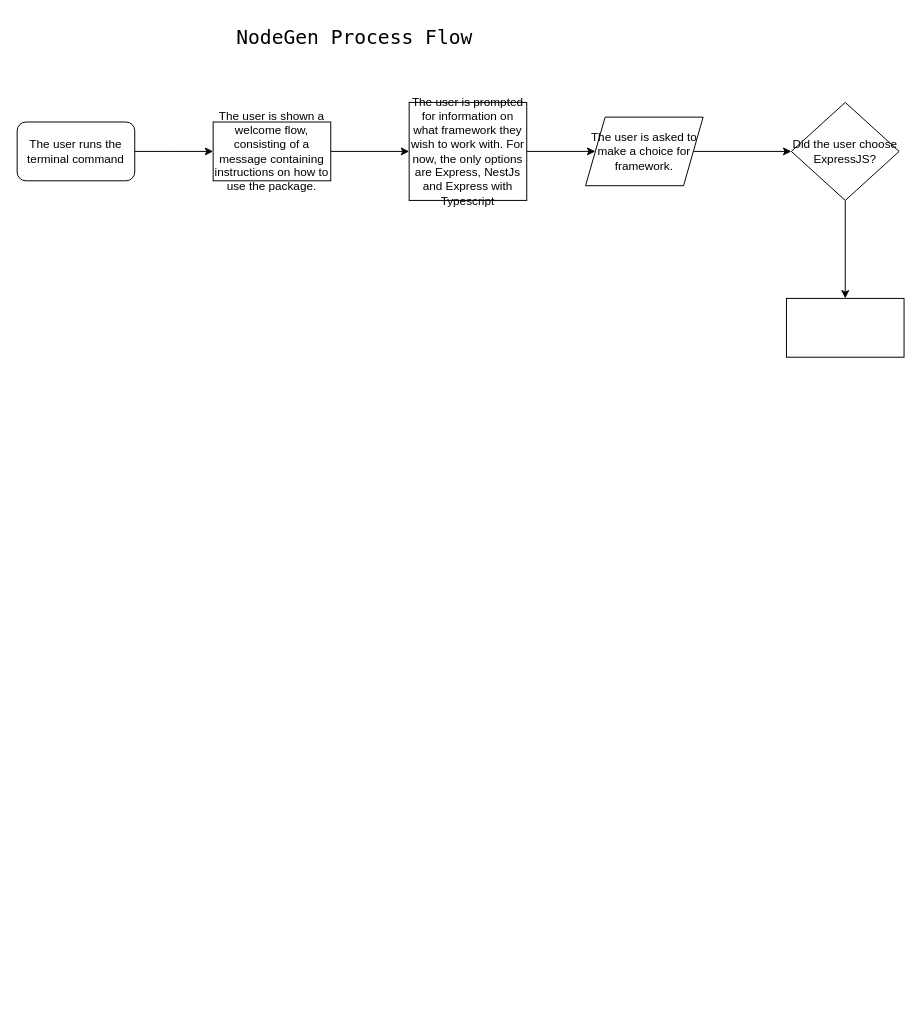
alexindevs/NodeGen keeps this draw.io diagram as NodeGen.drawio. Above is the earlier version. Source tidied: cells renumbered, new cells numbered last; positions are measured from the earlier drawing's top-left corner, leaving out a move shared by most shapes. Both pictures are drawn from the tidied source at 98%, with x=0, y=0 at pixel (17, 17).
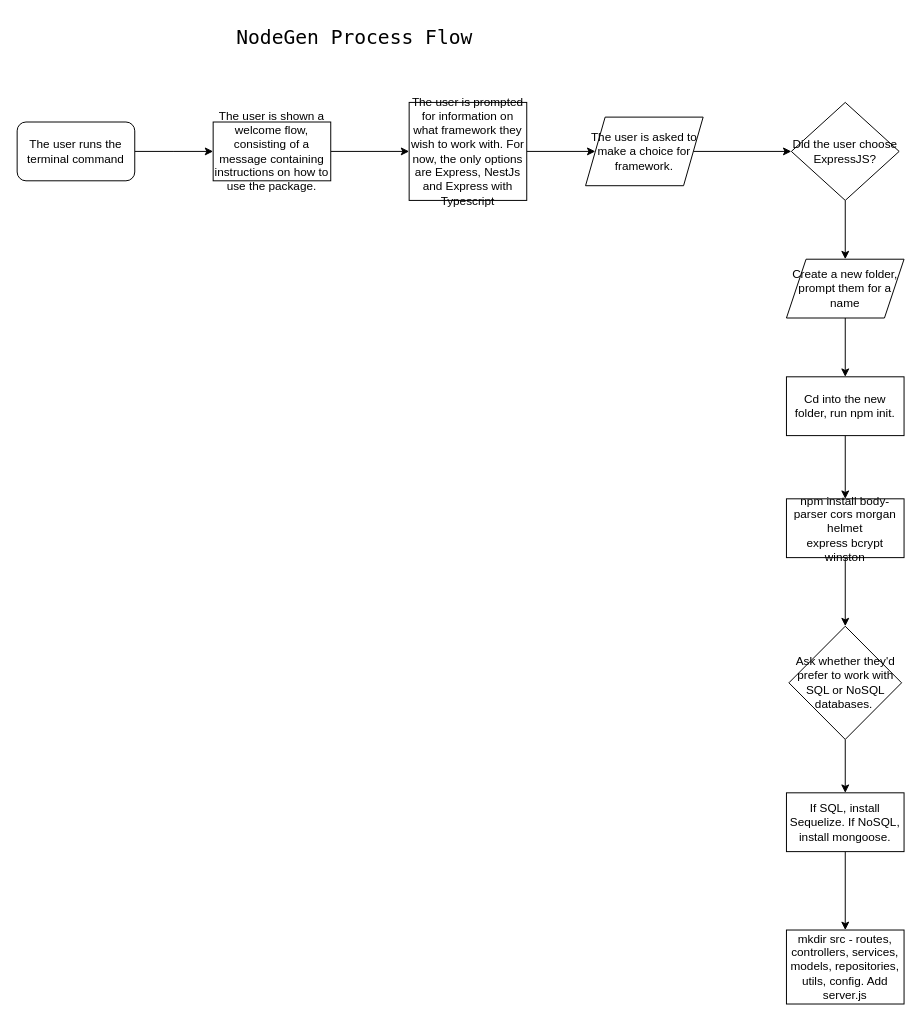
Above is the later version.

Unchanged cells that the change refers to:
```xml
<mxCell id="12" value="Did the user choose ExpressJS?" style="rhombus;whiteSpace=wrap;html=1;" parent="1" vertex="1">
  <mxGeometry x="790" y="87" width="110" height="100" as="geometry" />
</mxCell>
```

Diff of the diagram source:
```diff
@@
-    <mxCell id="11" style="edgeStyle=orthogonalEdgeStyle;rounded=0;jettySize=auto;html=1;" parent="1" edge="1" source="12" target="13">
+    <mxCell id="11" style="edgeStyle=orthogonalEdgeStyle;rounded=0;jettySize=auto;html=1;entryX=0.5;entryY=0;entryDx=0;entryDy=0;" parent="1" edge="1" source="12" target="15">
       <mxGeometry relative="1" as="geometry" />
     </mxCell>
@@
-    <mxCell id="13" style="whiteSpace=wrap;html=1;" parent="1" vertex="1">
-      <mxGeometry x="785" y="287" width="120" height="60" as="geometry" />
-    </mxCell>
+    <mxCell id="14" style="edgeStyle=orthogonalEdgeStyle;rounded=0;jettySize=auto;html=1;" parent="1" edge="1" source="15" target="17">
+      <mxGeometry relative="1" as="geometry" />
+    </mxCell>
+    <mxCell id="15" value="Create a new folder, prompt them for a name" style="shape=parallelogram;perimeter=parallelogramPerimeter;whiteSpace=wrap;html=1;fixedSize=1;" parent="1" vertex="1">
+      <mxGeometry x="785" y="247" width="120" height="60" as="geometry" />
+    </mxCell>
+    <mxCell id="16" style="edgeStyle=orthogonalEdgeStyle;rounded=0;jettySize=auto;html=1;" parent="1" edge="1" source="17" target="19">
+      <mxGeometry relative="1" as="geometry" />
+    </mxCell>
+    <mxCell id="17" value="Cd into the new folder, run npm init." style="whiteSpace=wrap;html=1;" parent="1" vertex="1">
+      <mxGeometry x="785" y="367" width="120" height="60" as="geometry" />
+    </mxCell>
+    <mxCell id="18" style="edgeStyle=orthogonalEdgeStyle;rounded=0;jettySize=auto;html=1;" parent="1" edge="1" source="19" target="21">
+      <mxGeometry relative="1" as="geometry" />
+    </mxCell>
+    <mxCell id="19" value="&lt;div&gt;npm install body-parser cors morgan helmet&lt;/div&gt;&lt;div&gt;express bcrypt winston&lt;/div&gt;" style="whiteSpace=wrap;html=1;" parent="1" vertex="1">
+      <mxGeometry x="785" y="491.5" width="120" height="60" as="geometry" />
+    </mxCell>
+    <mxCell id="20" style="edgeStyle=orthogonalEdgeStyle;rounded=0;jettySize=auto;html=1;" parent="1" edge="1" source="21" target="23">
+      <mxGeometry relative="1" as="geometry" />
+    </mxCell>
+    <mxCell id="21" value="Ask whether they'd prefer to work with SQL or NoSQL databases.&amp;nbsp;" style="rhombus;whiteSpace=wrap;html=1;" parent="1" vertex="1">
+      <mxGeometry x="787.5" y="621.5" width="115" height="115.5" as="geometry" />
+    </mxCell>
+    <mxCell id="22" style="edgeStyle=orthogonalEdgeStyle;rounded=0;jettySize=auto;html=1;" parent="1" edge="1" source="23" target="24">
+      <mxGeometry relative="1" as="geometry" />
+    </mxCell>
+    <mxCell id="23" value="If SQL, install Sequelize. If NoSQL, install mongoose." style="whiteSpace=wrap;html=1;" parent="1" vertex="1">
+      <mxGeometry x="785" y="791.5" width="120" height="60" as="geometry" />
+    </mxCell>
+    <mxCell id="24" value="mkdir src - routes, controllers, services, models, repositories, utils, config. Add server.js" style="whiteSpace=wrap;html=1;" parent="1" vertex="1">
+      <mxGeometry x="785" y="931.5" width="120" height="75.5" as="geometry" />
+    </mxCell>
```
